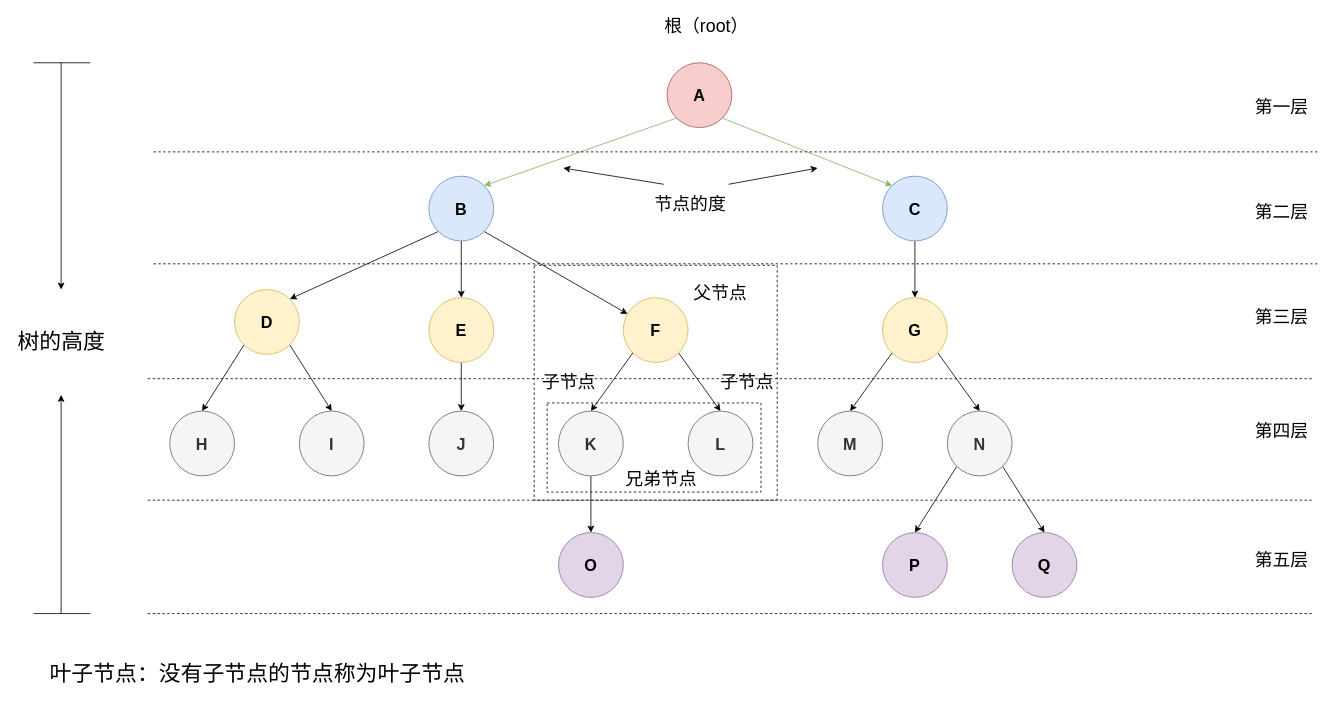
This is page "第 22 页" (22 of 25) of Untitled Diagram.drawio from wujinzhe/course, a draw.io file, before an edit. Source tidied: cells renumbered, new cells numbered last; positions are measured from the earlier drawing's top-left corner, leaving out a move shared by most shapes. Both pictures are drawn from the tidied source at 81%, with x=0, y=0 at pixel (14, 14).
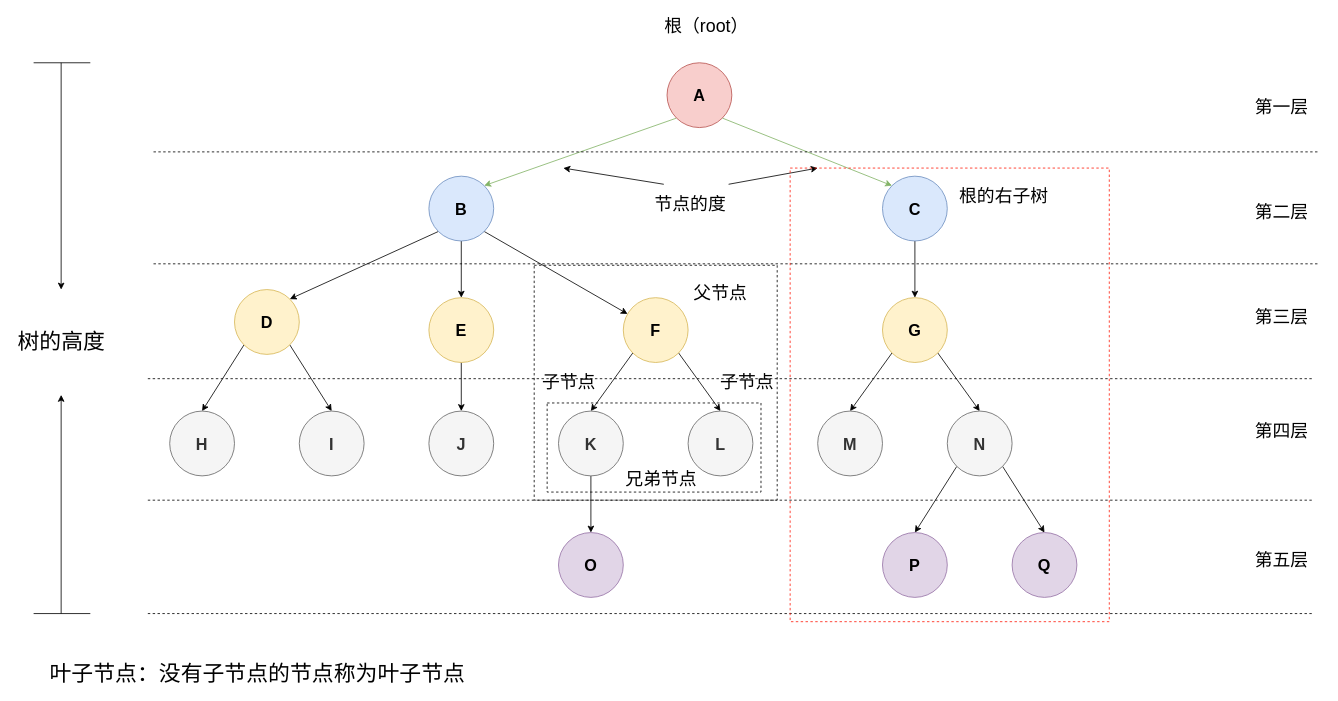
The same diagram, later.

Diff of the diagram source:
```diff
@@
+    <mxCell id="61" style="rounded=0;whiteSpace=wrap;html=1;fontFamily=Helvetica;fontSize=11;fontColor=default;fillColor=none;dashed=1;strokeColor=#FF1D0D;" parent="1" vertex="1">
+      <mxGeometry x="958" y="190" width="394" height="560" as="geometry" />
+    </mxCell>
+    <mxCell id="62" value="&lt;font style=&quot;font-size: 22px;&quot;&gt;根的右子树&lt;/font&gt;" style="text;html=1;strokeColor=none;fillColor=none;align=center;verticalAlign=middle;whiteSpace=wrap;rounded=0;" parent="1" vertex="1">
+      <mxGeometry x="1152" y="210" width="140" height="30" as="geometry" />
+    </mxCell>
```
